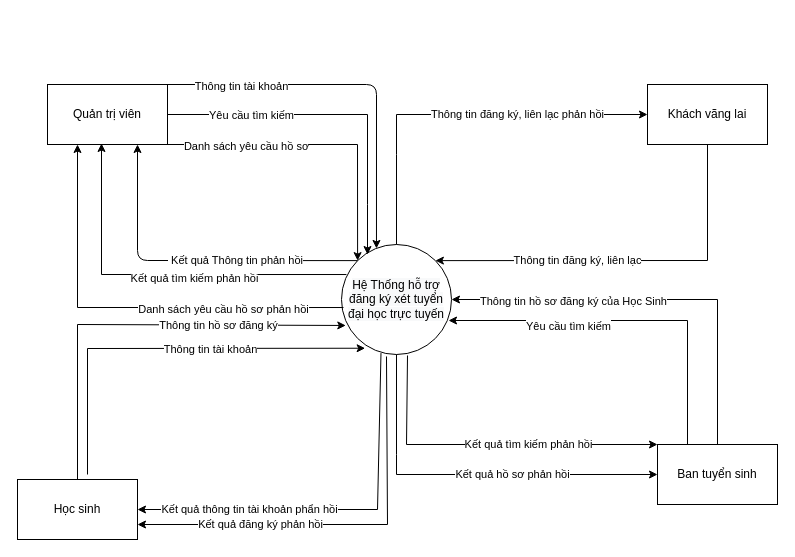
This is page "Biểu đồ luồng dữ liệu mức ngữ cảnh" (2 of 4) of 1. Bao Cao/DATN.drawio from truongquangkhai99/TrinhVanTu_DATN, a draw.io file, before an edit. Source tidied: cells renumbered, new cells numbered last; positions are measured from the earlier drawing's top-left corner, leaving out a move shared by most shapes. Both pictures are drawn from the tidied source at 100%, with x=0, y=0 at pixel (17, 84).
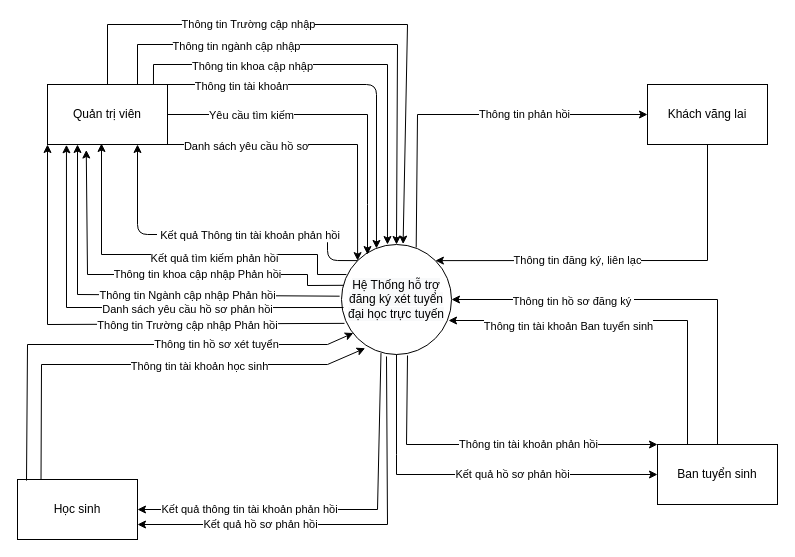
The same page after the edit.

Unchanged cells that the change refers to:
```xml
<mxCell id="2" value="&#10;&#10;&lt;span style=&quot;color: rgb(0, 0, 0); font-family: helvetica; font-size: 12px; font-style: normal; font-weight: 400; letter-spacing: normal; text-align: center; text-indent: 0px; text-transform: none; word-spacing: 0px; background-color: rgb(248, 249, 250); display: inline; float: none;&quot;&gt;Hệ Thống hỗ trợ đăng ký xét tuyển đại học trực tuyến&lt;/span&gt;&#10;&#10;" style="ellipse;whiteSpace=wrap;html=1;" parent="1" vertex="1">
  <mxGeometry x="324" y="160" width="110" height="110" as="geometry" />
</mxCell>
<mxCell id="3" value="Khách vãng lai" style="rounded=0;whiteSpace=wrap;html=1;" parent="1" vertex="1">
  <mxGeometry x="630" width="120" height="60" as="geometry" />
</mxCell>
<mxCell id="4" value="Ban tuyển sinh" style="rounded=0;whiteSpace=wrap;html=1;" parent="1" vertex="1">
  <mxGeometry x="640" y="360" width="120" height="60" as="geometry" />
</mxCell>
<mxCell id="5" value="Học sinh" style="rounded=0;whiteSpace=wrap;html=1;" parent="1" vertex="1">
  <mxGeometry y="395" width="120" height="60" as="geometry" />
</mxCell>
<mxCell id="11" style="endArrow=classic;html=1;rounded=0;verticalAlign=middle;exitX=0.5;exitY=0;exitDx=0;exitDy=0;entryX=1;entryY=0.5;entryDx=0;entryDy=0;" parent="1" edge="1" source="4" target="2">
  <mxGeometry relative="1" as="geometry">
    <Array as="points">
      <mxPoint x="700" y="215" />
    </Array>
  </mxGeometry>
</mxCell>
<mxCell id="13" value="Quản trị viên" style="rounded=0;whiteSpace=wrap;html=1;" parent="1" vertex="1">
  <mxGeometry x="30" width="120" height="60" as="geometry" />
</mxCell>
<mxCell id="18" style="endArrow=classic;html=1;rounded=0;verticalAlign=middle;exitX=0.25;exitY=0;exitDx=0;exitDy=0;entryX=0.973;entryY=0.691;entryDx=0;entryDy=0;entryPerimeter=0;" parent="1" edge="1" source="4" target="2">
  <mxGeometry relative="1" as="geometry">
    <Array as="points">
      <mxPoint x="670" y="236" />
    </Array>
  </mxGeometry>
</mxCell>
<mxCell id="31" style="endArrow=classic;html=1;rounded=0;exitX=0.359;exitY=0.987;exitDx=0;exitDy=0;exitPerimeter=0;entryX=1;entryY=0.5;entryDx=0;entryDy=0;" parent="1" edge="1" source="2" target="5">
  <mxGeometry relative="1" as="geometry">
    <Array as="points">
      <mxPoint x="360" y="425" />
    </Array>
  </mxGeometry>
</mxCell>
```

The edit, as a diff of the source:
```diff
@@
-    <mxCell id="7" value="Thông tin đăng ký, liên lạc phản hồi" style="endArrow=classic;html=1;rounded=0;exitX=0.5;exitY=0;exitDx=0;exitDy=0;entryX=0;entryY=0.5;entryDx=0;entryDy=0;verticalAlign=middle;" parent="1" edge="1" source="2" target="3">
+    <mxCell id="7" value="Thông tin phản hồi" style="endArrow=classic;html=1;rounded=0;exitX=0.679;exitY=0.027;exitDx=0;exitDy=0;entryX=0;entryY=0.5;entryDx=0;entryDy=0;verticalAlign=middle;exitPerimeter=0;" parent="1" edge="1" source="2" target="3">
       <mxGeometry x="0.32" relative="1" as="geometry">
         <Array as="points">
-          <mxPoint x="379" y="70" />
-          <mxPoint x="379" y="30" />
+          <mxPoint x="400" y="30" />
         </Array>
       </mxGeometry>
     </mxCell>
-    <mxCell id="8" value="Thông tin hồ sơ đăng ký" style="endArrow=classic;html=1;rounded=0;verticalAlign=middle;exitX=0.5;exitY=0;exitDx=0;exitDy=0;entryX=0.039;entryY=0.736;entryDx=0;entryDy=0;entryPerimeter=0;" parent="1" edge="1" source="5" target="2">
+    <mxCell id="8" value="Thông tin hồ sơ xét tuyển" style="endArrow=classic;html=1;rounded=0;verticalAlign=middle;exitX=0.075;exitY=0.018;exitDx=0;exitDy=0;entryX=0.108;entryY=0.805;entryDx=0;entryDy=0;entryPerimeter=0;exitPerimeter=0;" parent="1" edge="1" source="5" target="2">
       <mxGeometry x="0.4" relative="1" as="geometry">
         <Array as="points">
-          <mxPoint x="60" y="240" />
+          <mxPoint x="10" y="260" />
+          <mxPoint x="310" y="260" />
         </Array>
       </mxGeometry>
     </mxCell>
-    <mxCell id="9" value="Kết quả đăng ký phản hồi" style="endArrow=classic;html=1;rounded=0;verticalAlign=middle;exitX=0.409;exitY=1.018;exitDx=0;exitDy=0;entryX=1;entryY=0.75;entryDx=0;entryDy=0;exitPerimeter=0;" parent="1" edge="1" source="2" target="5">
+    <mxCell id="9" value="Kết quả hồ sơ phản hồi" style="endArrow=classic;html=1;rounded=0;verticalAlign=middle;exitX=0.409;exitY=1.018;exitDx=0;exitDy=0;entryX=1;entryY=0.75;entryDx=0;entryDy=0;exitPerimeter=0;" parent="1" edge="1" source="2" target="5">
       <mxGeometry x="0.41" relative="1" as="geometry">
         <Array as="points">
           <mxPoint x="370" y="440" />
         </Array>
       </mxGeometry>
     </mxCell>
-    <mxCell id="10" value="Kết quả tìm kiếm phản hồi" style="endArrow=classic;rounded=0;verticalAlign=middle;exitX=0.6;exitY=1.009;exitDx=0;exitDy=0;exitPerimeter=0;entryX=0;entryY=0;entryDx=0;entryDy=0;html=1;" parent="1" edge="1" source="2" target="4">
+    <mxCell id="10" value="Thông tin tài khoản phản hồi" style="endArrow=classic;rounded=0;verticalAlign=middle;exitX=0.6;exitY=1.009;exitDx=0;exitDy=0;exitPerimeter=0;entryX=0;entryY=0;entryDx=0;entryDy=0;html=1;" parent="1" edge="1" source="2" target="4">
       <mxGeometry x="0.24" relative="1" as="geometry">
         <Array as="points">
           <mxPoint x="389" y="360" />
         </Array>
       </mxGeometry>
     </mxCell>
@@
-    <mxCell id="12" value="Thông tin hồ sơ đăng ký của Học Sinh" style="edgeLabel;html=1;align=center;verticalAlign=middle;" parent="11" vertex="1">
+    <mxCell id="12" value="Thông tin hồ sơ đăng ký&amp;nbsp;" style="edgeLabel;html=1;align=center;verticalAlign=middle;" parent="11" vertex="1">
       <mxGeometry x="0.41" y="1" relative="1" as="geometry" />
     </mxCell>
@@
     <mxCell id="16" style="endArrow=classic;html=1;rounded=0;verticalAlign=middle;exitX=0.045;exitY=0.273;exitDx=0;exitDy=0;exitPerimeter=0;entryX=0.45;entryY=0.983;entryDx=0;entryDy=0;entryPerimeter=0;" parent="1" edge="1" source="2" target="13">
       <mxGeometry relative="1" as="geometry">
         <Array as="points">
-          <mxPoint x="84" y="190" />
+          <mxPoint x="300" y="190" />
+          <mxPoint x="300" y="170" />
+          <mxPoint x="84" y="170" />
         </Array>
       </mxGeometry>
     </mxCell>
@@
-    <mxCell id="19" value="Yêu cầu tìm kiếm" style="edgeLabel;html=1;align=center;verticalAlign=middle;" parent="18" vertex="1">
+    <mxCell id="19" value="Thông tin tài khoản Ban tuyển sinh" style="edgeLabel;html=1;align=center;verticalAlign=middle;" parent="18" vertex="1">
       <mxGeometry x="-0.51" relative="1" as="geometry">
         <mxPoint x="-120" y="-30" as="offset" />
       </mxGeometry>
     </mxCell>
@@
     <mxCell id="22" style="endArrow=classic;html=1;rounded=1;sketch=0;curved=0;exitX=0;exitY=0;exitDx=0;exitDy=0;entryX=0.75;entryY=1;entryDx=0;entryDy=0;" parent="1" edge="1" source="2" target="13">
       <mxGeometry relative="1" as="geometry">
         <Array as="points">
-          <mxPoint x="120" y="176" />
+          <mxPoint x="310" y="176" />
+          <mxPoint x="310" y="150" />
+          <mxPoint x="120" y="150" />
         </Array>
       </mxGeometry>
     </mxCell>
-    <mxCell id="23" value="&amp;nbsp;Kết quả Thông tin phản hồi" style="edgeLabel;html=1;align=center;verticalAlign=middle;" parent="22" vertex="1">
-      <mxGeometry x="-0.27" y="-1" relative="1" as="geometry" />
+    <mxCell id="23" value="&amp;nbsp;Kết quả Thông tin tài khoản phản hồi" style="edgeLabel;html=1;align=center;verticalAlign=middle;" parent="22" vertex="1">
+      <mxGeometry x="-0.27" y="-1" relative="1" as="geometry">
+        <mxPoint x="-13" y="1" as="offset" />
+      </mxGeometry>
     </mxCell>
@@
-    <mxCell id="27" style="endArrow=classic;html=1;rounded=0;exitX=0.018;exitY=0.573;exitDx=0;exitDy=0;entryX=0.25;entryY=1;entryDx=0;entryDy=0;exitPerimeter=0;" parent="1" edge="1" source="2" target="13">
+    <mxCell id="27" style="endArrow=classic;html=1;rounded=0;exitX=0.018;exitY=0.573;exitDx=0;exitDy=0;entryX=0.158;entryY=1.005;entryDx=0;entryDy=0;exitPerimeter=0;entryPerimeter=0;" parent="1" edge="1" source="2" target="13">
       <mxGeometry relative="1" as="geometry">
         <Array as="points">
-          <mxPoint x="60" y="223" />
+          <mxPoint x="49" y="223" />
         </Array>
       </mxGeometry>
     </mxCell>
     <mxCell id="28" value="Danh sách yêu cầu hồ sơ phản hồi" style="edgeLabel;html=1;align=center;verticalAlign=middle;" parent="27" vertex="1">
-      <mxGeometry x="-0.44" y="1" relative="1" as="geometry" />
+      <mxGeometry x="-0.44" y="1" relative="1" as="geometry">
+        <mxPoint x="-33" as="offset" />
+      </mxGeometry>
     </mxCell>
-    <mxCell id="29" style="endArrow=classic;html=1;rounded=0;entryX=0.215;entryY=0.943;entryDx=0;entryDy=0;entryPerimeter=0;" parent="1" edge="1" target="2">
+    <mxCell id="29" style="endArrow=classic;html=1;rounded=0;entryX=0.215;entryY=0.943;entryDx=0;entryDy=0;entryPerimeter=0;exitX=0.196;exitY=-0.005;exitDx=0;exitDy=0;exitPerimeter=0;" parent="1" edge="1" source="5" target="2">
       <mxGeometry relative="1" as="geometry">
-        <mxPoint x="70" y="390" as="sourcePoint" />
         <Array as="points">
-          <mxPoint x="70" y="264" />
+          <mxPoint x="24" y="280" />
+          <mxPoint x="310" y="280" />
         </Array>
       </mxGeometry>
     </mxCell>
-    <mxCell id="30" value="Thông tin tài khoản" style="edgeLabel;html=1;align=center;verticalAlign=middle;" parent="29" vertex="1">
+    <mxCell id="30" value="Thông tin tài khoản học sinh" style="edgeLabel;html=1;align=center;verticalAlign=middle;" parent="29" vertex="1">
       <mxGeometry x="0.23" y="-1" relative="1" as="geometry" />
     </mxCell>
@@
-    <mxCell id="32" value="Kết quả thông tin tài khoản phẩn hồi" style="edgeLabel;html=1;align=center;verticalAlign=middle;" parent="31" vertex="1">
+    <mxCell id="32" value="Kết quả thông tin tài khoản phản hồi" style="edgeLabel;html=1;align=center;verticalAlign=middle;" parent="31" vertex="1">
       <mxGeometry x="0.44" y="-1" relative="1" as="geometry" />
     </mxCell>
+    <mxCell id="33" style="endArrow=classic;html=1;rounded=0;exitX=0.883;exitY=0;exitDx=0;exitDy=0;exitPerimeter=0;entryX=0.418;entryY=0;entryDx=0;entryDy=0;entryPerimeter=0;" parent="1" edge="1" source="13" target="2">
+      <mxGeometry relative="1" as="geometry">
+        <Array as="points">
+          <mxPoint x="136" y="-20" />
+          <mxPoint x="370" y="-20" />
+        </Array>
+      </mxGeometry>
+    </mxCell>
+    <mxCell id="34" value="Thông tin khoa cập nhập" style="edgeLabel;html=1;align=center;verticalAlign=middle;" parent="33" vertex="1">
+      <mxGeometry x="-0.45" y="-1" relative="1" as="geometry" />
+    </mxCell>
+    <mxCell id="35" style="endArrow=classic;html=1;rounded=0;exitX=0.75;exitY=0;exitDx=0;exitDy=0;entryX=0.5;entryY=0;entryDx=0;entryDy=0;" parent="1" edge="1" source="13" target="2">
+      <mxGeometry relative="1" as="geometry">
+        <Array as="points">
+          <mxPoint x="120" y="-40" />
+          <mxPoint x="380" y="-40" />
+        </Array>
+      </mxGeometry>
+    </mxCell>
+    <mxCell id="36" value="Thông tin ngành cập nhập" style="edgeLabel;html=1;align=center;verticalAlign=middle;" parent="35" vertex="1">
+      <mxGeometry x="-0.45" y="-1" relative="1" as="geometry" />
+    </mxCell>
+    <mxCell id="37" style="endArrow=classic;html=1;rounded=0;exitX=0.022;exitY=0.371;exitDx=0;exitDy=0;entryX=0.323;entryY=1.092;entryDx=0;entryDy=0;entryPerimeter=0;exitPerimeter=0;" parent="1" edge="1" source="2" target="13">
+      <mxGeometry relative="1" as="geometry">
+        <Array as="points">
+          <mxPoint x="290" y="201" />
+          <mxPoint x="290" y="190" />
+          <mxPoint x="70" y="190" />
+        </Array>
+      </mxGeometry>
+    </mxCell>
+    <mxCell id="38" value="Thông tin khoa cập nhập Phản hồi" style="edgeLabel;html=1;align=center;verticalAlign=middle;" parent="37" vertex="1">
+      <mxGeometry x="-0.43" y="-1" relative="1" as="geometry">
+        <mxPoint x="-46" as="offset" />
+      </mxGeometry>
+    </mxCell>
+    <mxCell id="39" style="endArrow=classic;html=1;rounded=0;exitX=-0.017;exitY=0.47;exitDx=0;exitDy=0;exitPerimeter=0;entryX=0.25;entryY=1;entryDx=0;entryDy=0;" parent="1" edge="1" source="2" target="13">
+      <mxGeometry relative="1" as="geometry">
+        <Array as="points">
+          <mxPoint x="60" y="210" />
+        </Array>
+      </mxGeometry>
+    </mxCell>
+    <mxCell id="40" value="Thông tin Ngành cập nhập Phản hồi" style="edgeLabel;html=1;align=center;verticalAlign=middle;" parent="39" vertex="1">
+      <mxGeometry x="-0.52" relative="1" as="geometry">
+        <mxPoint x="-54" y="-1" as="offset" />
+      </mxGeometry>
+    </mxCell>
+    <mxCell id="41" style="endArrow=classic;html=1;rounded=0;exitX=0.027;exitY=0.717;exitDx=0;exitDy=0;exitPerimeter=0;entryX=0;entryY=1;entryDx=0;entryDy=0;" parent="1" edge="1" source="2" target="13">
+      <mxGeometry relative="1" as="geometry">
+        <Array as="points">
+          <mxPoint x="30" y="240" />
+        </Array>
+      </mxGeometry>
+    </mxCell>
+    <mxCell id="42" value="Thông tin Trường cập nhập Phản hồi" style="edgeLabel;html=1;align=center;verticalAlign=middle;" parent="41" vertex="1">
+      <mxGeometry x="-0.34" y="1" relative="1" as="geometry" />
+    </mxCell>
+    <mxCell id="43" style="endArrow=classic;html=1;rounded=0;entryX=0.56;entryY=-0.004;entryDx=0;entryDy=0;entryPerimeter=0;exitX=0.5;exitY=0;exitDx=0;exitDy=0;" parent="1" edge="1" source="13" target="2">
+      <mxGeometry relative="1" as="geometry">
+        <Array as="points">
+          <mxPoint x="90" y="-60" />
+          <mxPoint x="390" y="-60" />
+        </Array>
+      </mxGeometry>
+    </mxCell>
+    <mxCell id="44" value="Thông tin Trường cập nhập" style="edgeLabel;html=1;align=center;verticalAlign=middle;" parent="43" vertex="1">
+      <mxGeometry x="-0.31" y="1" relative="1" as="geometry" />
+    </mxCell>
```
